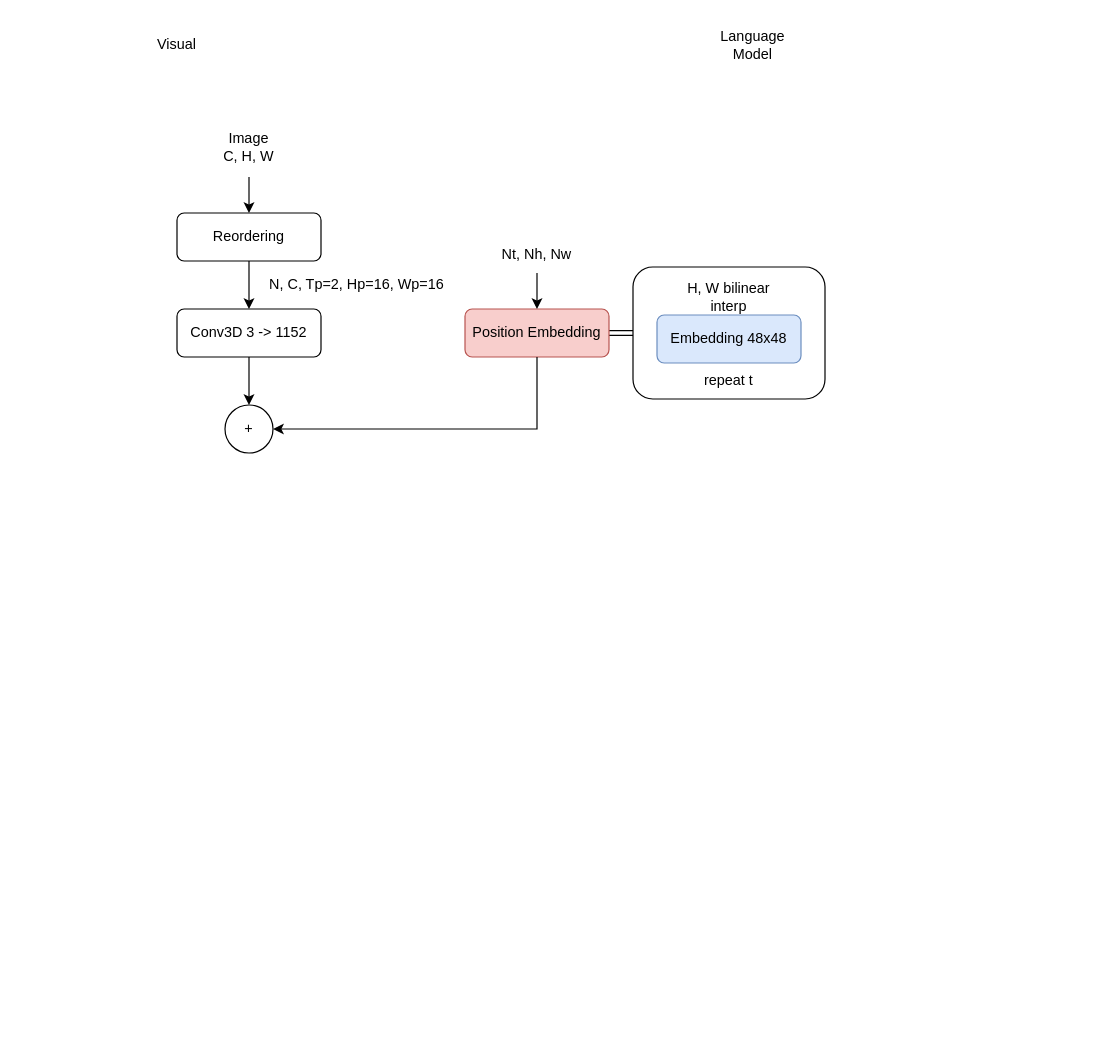
Earlier version of the draw.io diagram qwen3_arch.drawio (infinity1096/CV-network-fulltrace). Source tidied: cells renumbered, new cells numbered last; positions are measured from the earlier drawing's top-left corner, leaving out a move shared by most shapes. Both pictures are drawn from the tidied source at 120%, with x=0, y=0 at pixel (128, 20).
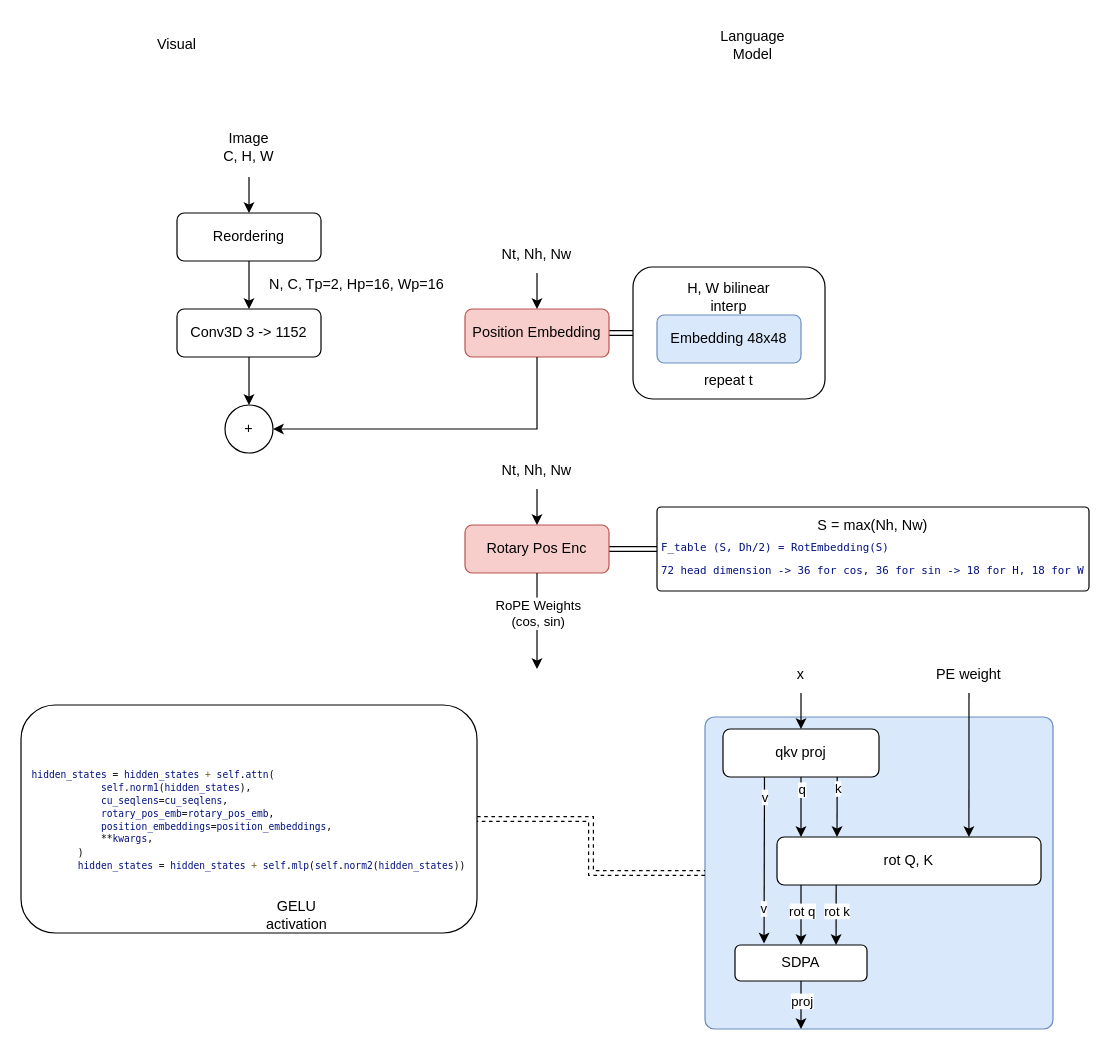
After the change.

Diff of the diagram source:
```diff
@@
+    <mxCell id="21" style="rounded=1;whiteSpace=wrap;html=1;arcSize=3;fillColor=#dae8fc;strokeColor=#6c8ebf;" parent="1" vertex="1">
+      <mxGeometry x="480" y="580" width="290" height="260" as="geometry" />
+    </mxCell>
@@
+    <mxCell id="22" style="edgeStyle=orthogonalEdgeStyle;rounded=0;jettySize=auto;html=1;shape=link;" parent="1" edge="1" source="23" target="26">
+      <mxGeometry relative="1" as="geometry" />
+    </mxCell>
+    <mxCell id="23" value="Rotary Pos Enc" style="rounded=1;whiteSpace=wrap;html=1;fillColor=#f8cecc;strokeColor=#b85450;" parent="1" vertex="1">
+      <mxGeometry x="280" y="420" width="120" height="40" as="geometry" />
+    </mxCell>
+    <mxCell id="24" style="endArrow=classic;html=1;rounded=0;" parent="1" edge="1">
+      <mxGeometry relative="1" as="geometry">
+        <mxPoint x="340" y="390" as="sourcePoint" />
+        <mxPoint x="340" y="420" as="targetPoint" />
+      </mxGeometry>
+    </mxCell>
+    <mxCell id="25" value="Nt, Nh, Nw" style="text;html=1;whiteSpace=wrap;strokeColor=none;fillColor=none;align=center;verticalAlign=middle;rounded=0;" parent="1" vertex="1">
+      <mxGeometry x="310" y="360" width="60" height="30" as="geometry" />
+    </mxCell>
+    <mxCell id="26" style="rounded=1;whiteSpace=wrap;html=1;arcSize=5;" parent="1" vertex="1">
+      <mxGeometry x="440" y="405" width="360" height="70" as="geometry" />
+    </mxCell>
+    <mxCell id="27" value="S = max(Nh, Nw)&lt;div&gt;&lt;div style=&quot;text-align: start; background-color: rgb(255, 255, 255); font-family: Menlo, Monaco, &amp;quot;Courier New&amp;quot;, monospace; line-height: 18px; white-space: pre;&quot;&gt;&lt;font color=&quot;#001080&quot;&gt;&lt;span style=&quot;caret-color: rgb(0, 16, 128); font-size: 9px;&quot;&gt;F_table (S, Dh/2) = RotEmbedding(S)&lt;/span&gt;&lt;/font&gt;&lt;/div&gt;&lt;/div&gt;&lt;div style=&quot;text-align: start; background-color: rgb(255, 255, 255); font-family: Menlo, Monaco, &amp;quot;Courier New&amp;quot;, monospace; line-height: 18px; white-space: pre;&quot;&gt;&lt;font color=&quot;#001080&quot;&gt;&lt;span style=&quot;caret-color: rgb(0, 16, 128); font-size: 9px;&quot;&gt;72 head dimension -&amp;gt; 36 for cos, 36 for sin -&amp;gt; 18 for H, 18 for W&lt;/span&gt;&lt;/font&gt;&lt;/div&gt;" style="text;html=1;whiteSpace=wrap;strokeColor=none;fillColor=none;align=center;verticalAlign=middle;rounded=0;" parent="1" vertex="1">
+      <mxGeometry x="440" y="405" width="360" height="70" as="geometry" />
+    </mxCell>
+    <mxCell id="28" style="endArrow=classic;html=1;rounded=0;exitX=0.5;exitY=1;exitDx=0;exitDy=0;" parent="1" edge="1" source="23">
+      <mxGeometry relative="1" as="geometry">
+        <mxPoint x="340" y="540" as="targetPoint" />
+      </mxGeometry>
+    </mxCell>
+    <mxCell id="29" value="RoPE Weights&lt;div&gt;(cos, sin)&lt;/div&gt;" style="edgeLabel;html=1;align=center;verticalAlign=middle;" parent="28" vertex="1">
+      <mxGeometry x="-0.18" relative="1" as="geometry" />
+    </mxCell>
+    <mxCell id="30" style="edgeStyle=orthogonalEdgeStyle;rounded=0;jettySize=auto;html=1;entryX=0;entryY=0.5;entryDx=0;entryDy=0;shape=link;dashed=1;" parent="1" edge="1" source="31" target="21">
+      <mxGeometry relative="1" as="geometry" />
+    </mxCell>
+    <mxCell id="31" value="&lt;div style=&quot;text-align: start; background-color: rgb(255, 255, 255); font-family: Menlo, Monaco, &amp;quot;Courier New&amp;quot;, monospace; white-space: pre; line-height: 90%;&quot;&gt;&lt;div&gt;&lt;font style=&quot;font-size: 8px; line-height: 90%;&quot;&gt;&lt;span style=&quot;color: rgb(0, 16, 128);&quot;&gt;hidden_states&lt;/span&gt; = &lt;span style=&quot;color: rgb(0, 16, 128);&quot;&gt;hidden_states&lt;/span&gt; &lt;span style=&quot;color: rgb(121, 94, 38);&quot;&gt;+&lt;/span&gt; &lt;span style=&quot;color: rgb(0, 16, 128);&quot;&gt;self&lt;/span&gt;.&lt;span style=&quot;color: rgb(0, 16, 128);&quot;&gt;attn&lt;/span&gt;(&lt;/font&gt;&lt;/div&gt;&lt;div&gt;&lt;font style=&quot;font-size: 8px; line-height: 90%;&quot;&gt;            &lt;span style=&quot;color: rgb(0, 16, 128);&quot;&gt;self&lt;/span&gt;.&lt;span style=&quot;color: rgb(0, 16, 128);&quot;&gt;norm1&lt;/span&gt;(&lt;span style=&quot;color: rgb(0, 16, 128);&quot;&gt;hidden_states&lt;/span&gt;),&lt;/font&gt;&lt;/div&gt;&lt;div&gt;&lt;font style=&quot;font-size: 8px; line-height: 90%;&quot;&gt;            &lt;span style=&quot;color: rgb(0, 16, 128);&quot;&gt;cu_seqlens&lt;/span&gt;=&lt;span style=&quot;color: rgb(0, 16, 128);&quot;&gt;cu_seqlens&lt;/span&gt;,&lt;/font&gt;&lt;/div&gt;&lt;div&gt;&lt;font style=&quot;font-size: 8px; line-height: 90%;&quot;&gt;            &lt;span style=&quot;color: rgb(0, 16, 128);&quot;&gt;rotary_pos_emb&lt;/span&gt;=&lt;span style=&quot;color: rgb(0, 16, 128);&quot;&gt;rotary_pos_emb&lt;/span&gt;,&lt;/font&gt;&lt;/div&gt;&lt;div&gt;&lt;font style=&quot;font-size: 8px; line-height: 90%;&quot;&gt;            &lt;span style=&quot;color: rgb(0, 16, 128);&quot;&gt;position_embeddings&lt;/span&gt;=&lt;span style=&quot;color: rgb(0, 16, 128);&quot;&gt;position_embeddings&lt;/span&gt;,&lt;/font&gt;&lt;/div&gt;&lt;div&gt;&lt;font style=&quot;font-size: 8px; line-height: 90%;&quot;&gt;            **&lt;span style=&quot;color: rgb(0, 16, 128);&quot;&gt;kwargs&lt;/span&gt;,&lt;/font&gt;&lt;/div&gt;&lt;div&gt;&lt;font style=&quot;font-size: 8px; line-height: 90%;&quot;&gt;        )&lt;/font&gt;&lt;/div&gt;&lt;div&gt;&lt;font style=&quot;font-size: 8px; line-height: 90%;&quot;&gt;        &lt;span style=&quot;color: rgb(0, 16, 128);&quot;&gt;hidden_states&lt;/span&gt; = &lt;span style=&quot;color: rgb(0, 16, 128);&quot;&gt;hidden_states&lt;/span&gt; &lt;span style=&quot;color: rgb(121, 94, 38);&quot;&gt;+&lt;/span&gt; &lt;span style=&quot;color: rgb(0, 16, 128);&quot;&gt;self&lt;/span&gt;.&lt;span style=&quot;color: rgb(0, 16, 128);&quot;&gt;mlp&lt;/span&gt;(&lt;span style=&quot;color: rgb(0, 16, 128);&quot;&gt;self&lt;/span&gt;.&lt;span style=&quot;color: rgb(0, 16, 128);&quot;&gt;norm2&lt;/span&gt;(&lt;span style=&quot;color: rgb(0, 16, 128);&quot;&gt;hidden_states&lt;/span&gt;))&lt;/font&gt;&lt;/div&gt;&lt;/div&gt;" style="rounded=1;whiteSpace=wrap;html=1;" parent="1" vertex="1">
+      <mxGeometry x="-90" y="570" width="380" height="190" as="geometry" />
+    </mxCell>
+    <mxCell id="32" style="endArrow=classic;html=1;rounded=0;" parent="1" edge="1">
+      <mxGeometry relative="1" as="geometry">
+        <mxPoint x="560" y="560" as="sourcePoint" />
+        <mxPoint x="560" y="590" as="targetPoint" />
+      </mxGeometry>
+    </mxCell>
+    <mxCell id="33" value="x" style="text;html=1;whiteSpace=wrap;strokeColor=none;fillColor=none;align=center;verticalAlign=middle;rounded=0;" parent="1" vertex="1">
+      <mxGeometry x="530" y="530" width="60" height="30" as="geometry" />
+    </mxCell>
+    <mxCell id="34" value="qkv proj" style="rounded=1;whiteSpace=wrap;html=1;" parent="1" vertex="1">
+      <mxGeometry x="495" y="590" width="130" height="40" as="geometry" />
+    </mxCell>
+    <mxCell id="35" value="PE weight" style="text;html=1;whiteSpace=wrap;strokeColor=none;fillColor=none;align=center;verticalAlign=middle;rounded=0;" parent="1" vertex="1">
+      <mxGeometry x="670" y="530" width="60" height="30" as="geometry" />
+    </mxCell>
+    <mxCell id="36" style="endArrow=classic;html=1;rounded=0;exitX=0.5;exitY=1;exitDx=0;exitDy=0;" parent="1" edge="1" source="34">
+      <mxGeometry relative="1" as="geometry">
+        <mxPoint x="560" y="680" as="targetPoint" />
+      </mxGeometry>
+    </mxCell>
+    <mxCell id="37" value="q" style="edgeLabel;html=1;align=center;verticalAlign=middle;" parent="36" vertex="1">
+      <mxGeometry x="0.08" y="3" relative="1" as="geometry">
+        <mxPoint x="-3" y="-17" as="offset" />
+      </mxGeometry>
+    </mxCell>
+    <mxCell id="38" style="endArrow=classic;html=1;rounded=0;exitX=0.732;exitY=0.998;exitDx=0;exitDy=0;exitPerimeter=0;" parent="1" edge="1" source="34">
+      <mxGeometry relative="1" as="geometry">
+        <mxPoint x="590" y="680" as="targetPoint" />
+      </mxGeometry>
+    </mxCell>
+    <mxCell id="39" value="k" style="edgeLabel;html=1;align=center;verticalAlign=middle;" parent="38" vertex="1">
+      <mxGeometry x="-0.17" y="3" relative="1" as="geometry">
+        <mxPoint x="-3" y="-11" as="offset" />
+      </mxGeometry>
+    </mxCell>
+    <mxCell id="40" value="rot Q, K" style="rounded=1;whiteSpace=wrap;html=1;" parent="1" vertex="1">
+      <mxGeometry x="540" y="680" width="220" height="40" as="geometry" />
+    </mxCell>
+    <mxCell id="41" style="endArrow=classic;html=1;rounded=0;exitX=0.5;exitY=1;exitDx=0;exitDy=0;entryX=0.727;entryY=0;entryDx=0;entryDy=0;entryPerimeter=0;" parent="1" edge="1" source="35" target="40">
+      <mxGeometry relative="1" as="geometry" />
+    </mxCell>
+    <mxCell id="42" style="endArrow=classic;html=1;rounded=0;exitX=0.266;exitY=0.998;exitDx=0;exitDy=0;exitPerimeter=0;entryX=0.22;entryY=-0.041;entryDx=0;entryDy=0;entryPerimeter=0;" parent="1" edge="1" source="34" target="45">
+      <mxGeometry relative="1" as="geometry" />
+    </mxCell>
+    <mxCell id="43" value="v" style="edgeLabel;html=1;align=center;verticalAlign=middle;" parent="42" vertex="1">
+      <mxGeometry x="-0.49" relative="1" as="geometry">
+        <mxPoint y="-18" as="offset" />
+      </mxGeometry>
+    </mxCell>
+    <mxCell id="44" value="v" style="edgeLabel;html=1;align=center;verticalAlign=middle;" parent="42" vertex="1">
+      <mxGeometry x="0.59" y="-1" relative="1" as="geometry" />
+    </mxCell>
+    <mxCell id="45" value="SDPA" style="rounded=1;whiteSpace=wrap;html=1;" parent="1" vertex="1">
+      <mxGeometry x="505" y="770" width="110" height="30" as="geometry" />
+    </mxCell>
+    <mxCell id="46" style="endArrow=classic;html=1;rounded=0;entryX=0.5;entryY=0;entryDx=0;entryDy=0;" parent="1" edge="1" target="45">
+      <mxGeometry relative="1" as="geometry">
+        <mxPoint x="560" y="720" as="sourcePoint" />
+      </mxGeometry>
+    </mxCell>
+    <mxCell id="47" value="rot q" style="edgeLabel;html=1;align=center;verticalAlign=middle;" parent="46" vertex="1">
+      <mxGeometry x="-0.17" relative="1" as="geometry" />
+    </mxCell>
+    <mxCell id="48" style="endArrow=classic;html=1;rounded=0;exitX=0.224;exitY=1.002;exitDx=0;exitDy=0;exitPerimeter=0;entryX=0.766;entryY=0;entryDx=0;entryDy=0;entryPerimeter=0;" parent="1" edge="1" source="40" target="45">
+      <mxGeometry relative="1" as="geometry" />
+    </mxCell>
+    <mxCell id="49" value="rot k" style="edgeLabel;html=1;align=center;verticalAlign=middle;" parent="48" vertex="1">
+      <mxGeometry x="-0.16" relative="1" as="geometry" />
+    </mxCell>
+    <mxCell id="50" style="endArrow=classic;html=1;rounded=0;exitX=0.5;exitY=1;exitDx=0;exitDy=0;" parent="1" edge="1" source="45">
+      <mxGeometry relative="1" as="geometry">
+        <mxPoint x="560" y="840" as="targetPoint" />
+      </mxGeometry>
+    </mxCell>
+    <mxCell id="51" value="proj" style="edgeLabel;html=1;align=center;verticalAlign=middle;" parent="50" vertex="1">
+      <mxGeometry x="-0.2" relative="1" as="geometry" />
+    </mxCell>
+    <mxCell id="52" value="GELU activation" style="text;html=1;whiteSpace=wrap;strokeColor=none;fillColor=none;align=center;verticalAlign=middle;rounded=0;" parent="1" vertex="1">
+      <mxGeometry x="110" y="730" width="60" height="30" as="geometry" />
+    </mxCell>
```
